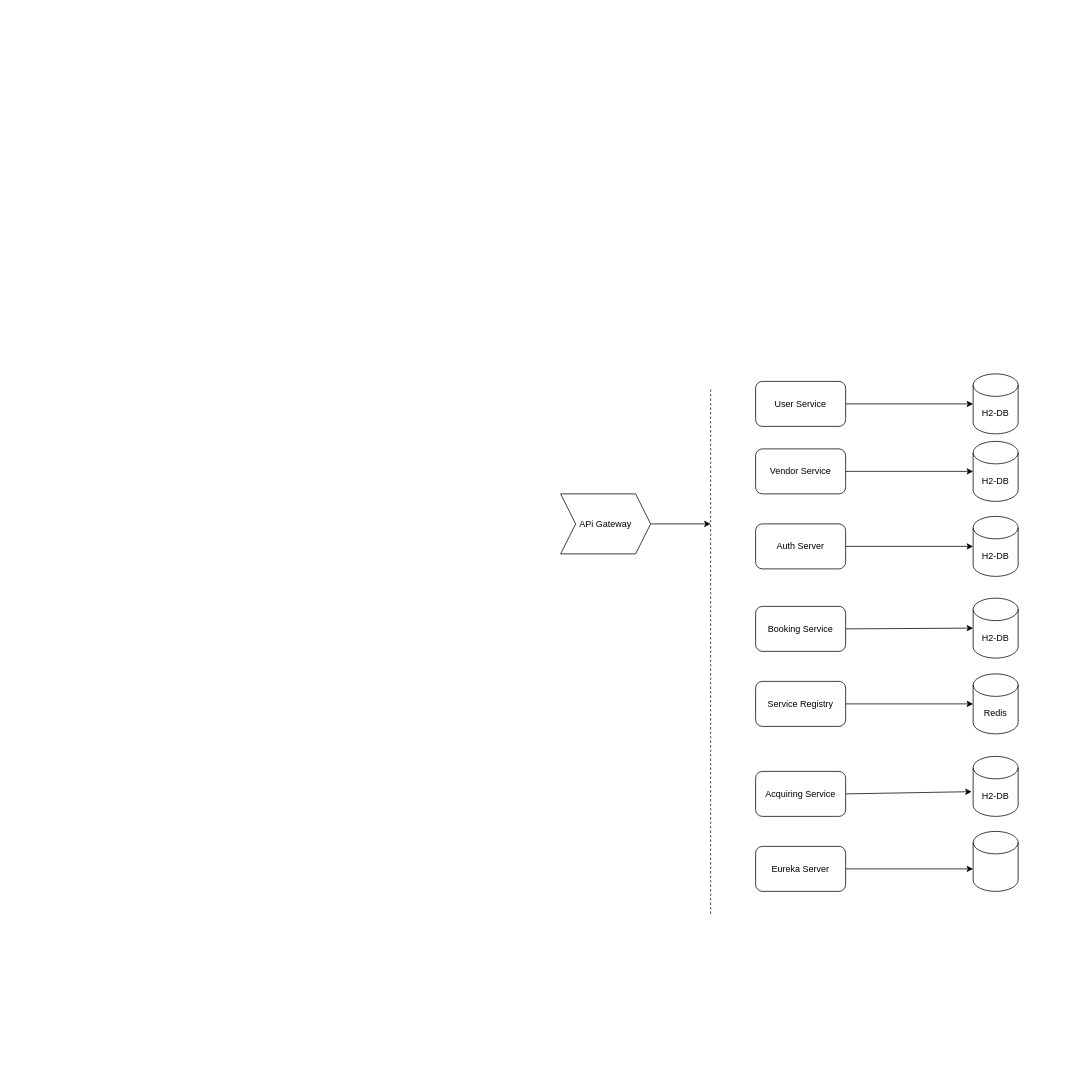
Earlier version of the draw.io diagram Service.drawio (manas0801/ibokiz-parking-design). Source tidied: cells renumbered, new cells numbered last; positions are measured from the earlier drawing's top-left corner, leaving out a move shared by most shapes. Both pictures are drawn from the tidied source at 75%, with x=0, y=0 at pixel (560, 374). Pictures stored in the file or linked from it are replaced by grey dashed boxes.
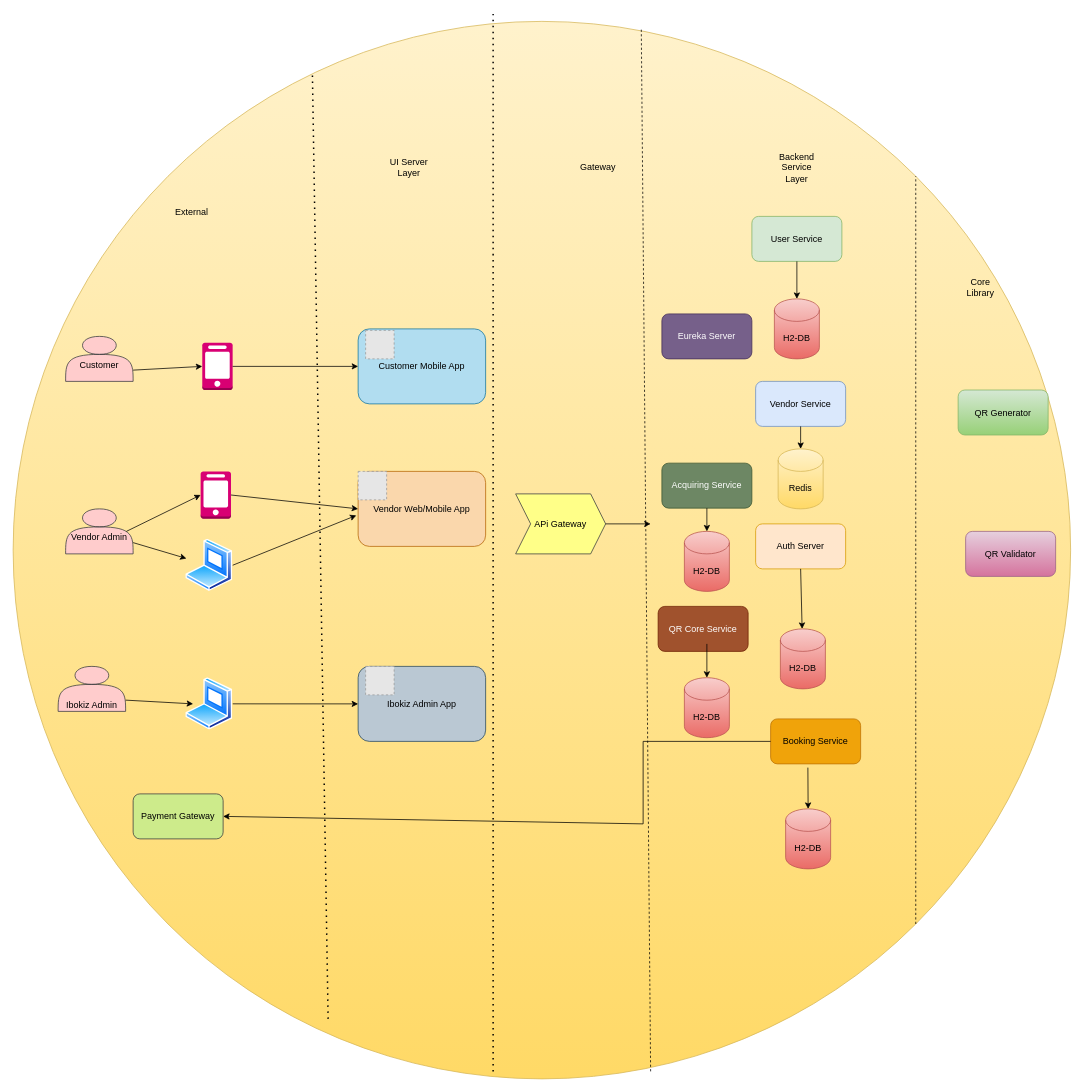
Above is the later version.

Change to the diagram source:
```diff
@@
+    <mxCell id="26" style="ellipse;whiteSpace=wrap;html=1;fillColor=#fff2cc;strokeColor=#d6b656;gradientColor=#ffd966;" parent="1" vertex="1">
+      <mxGeometry x="-730" y="-470" width="1410" height="1410" as="geometry" />
+    </mxCell>
+    <mxCell id="27" value="Customer Mobile App" style="rounded=1;whiteSpace=wrap;html=1;fillColor=#b1ddf0;strokeColor=#10739e;" parent="1" vertex="1">
+      <mxGeometry x="-270" y="-60" width="170" height="100" as="geometry" />
+    </mxCell>
-    <mxCell id="2" value="User Service" style="rounded=1;whiteSpace=wrap;html=1;" parent="1" vertex="1">
-      <mxGeometry x="260" y="10" width="120" height="60" as="geometry" />
+    <mxCell id="2" value="User Service" style="rounded=1;whiteSpace=wrap;html=1;fillColor=#d5e8d4;strokeColor=#82b366;" parent="1" vertex="1">
+      <mxGeometry x="255" y="-210" width="120" height="60" as="geometry" />
     </mxCell>
-    <mxCell id="3" value="Auth Server" style="rounded=1;whiteSpace=wrap;html=1;" parent="1" vertex="1">
+    <mxCell id="3" value="Auth Server" style="rounded=1;whiteSpace=wrap;html=1;fillColor=#ffe6cc;strokeColor=#d79b00;" parent="1" vertex="1">
       <mxGeometry x="260" y="200" width="120" height="60" as="geometry" />
     </mxCell>
-    <mxCell id="4" value="H2-DB" style="shape=cylinder3;whiteSpace=wrap;html=1;boundedLbl=1;backgroundOutline=1;size=15;" parent="1" vertex="1">
-      <mxGeometry x="550" width="60" height="80" as="geometry" />
+    <mxCell id="4" value="H2-DB" style="shape=cylinder3;whiteSpace=wrap;html=1;boundedLbl=1;backgroundOutline=1;size=15;fillColor=#f8cecc;gradientColor=#ea6b66;strokeColor=#b85450;" parent="1" vertex="1">
+      <mxGeometry x="285" y="-100" width="60" height="80" as="geometry" />
     </mxCell>
-    <mxCell id="5" style="endArrow=classic;html=1;rounded=0;exitX=1;exitY=0.5;exitDx=0;exitDy=0;entryX=0;entryY=0.5;entryDx=0;entryDy=0;entryPerimeter=0;" parent="1" edge="1" source="2" target="4">
+    <mxCell id="5" style="endArrow=classic;html=1;rounded=0;exitX=0.5;exitY=1;exitDx=0;exitDy=0;entryX=0.5;entryY=0;entryDx=0;entryDy=0;entryPerimeter=0;" parent="1" edge="1" source="2" target="4">
       <mxGeometry relative="1" as="geometry" />
     </mxCell>
-    <mxCell id="6" value="Vendor Service" style="rounded=1;whiteSpace=wrap;html=1;" parent="1" vertex="1">
-      <mxGeometry x="260" y="100" width="120" height="60" as="geometry" />
+    <mxCell id="6" value="Vendor Service" style="rounded=1;whiteSpace=wrap;html=1;fillColor=#dae8fc;strokeColor=#6c8ebf;" parent="1" vertex="1">
+      <mxGeometry x="260" y="10" width="120" height="60" as="geometry" />
     </mxCell>
-    <mxCell id="7" value="H2-DB" style="shape=cylinder3;whiteSpace=wrap;html=1;boundedLbl=1;backgroundOutline=1;size=15;" parent="1" vertex="1">
-      <mxGeometry x="550" y="90" width="60" height="80" as="geometry" />
+    <mxCell id="7" value="Redis" style="shape=cylinder3;whiteSpace=wrap;html=1;boundedLbl=1;backgroundOutline=1;size=15;fillColor=#fff2cc;gradientColor=#ffd966;strokeColor=#d6b656;" parent="1" vertex="1">
+      <mxGeometry x="290" y="100" width="60" height="80" as="geometry" />
     </mxCell>
-    <mxCell id="8" style="endArrow=classic;html=1;rounded=0;exitX=1;exitY=0.5;exitDx=0;exitDy=0;entryX=0;entryY=0.5;entryDx=0;entryDy=0;entryPerimeter=0;" parent="1" edge="1" source="6" target="7">
-      <mxGeometry relative="1" as="geometry" />
-    </mxCell>
-    <mxCell id="9" value="H2-DB" style="shape=cylinder3;whiteSpace=wrap;html=1;boundedLbl=1;backgroundOutline=1;size=15;" parent="1" vertex="1">
-      <mxGeometry x="550" y="190" width="60" height="80" as="geometry" />
+    <mxCell id="9" value="H2-DB" style="shape=cylinder3;whiteSpace=wrap;html=1;boundedLbl=1;backgroundOutline=1;size=15;fillColor=#f8cecc;gradientColor=#ea6b66;strokeColor=#b85450;" parent="1" vertex="1">
+      <mxGeometry x="293" y="340" width="60" height="80" as="geometry" />
     </mxCell>
-    <mxCell id="10" style="endArrow=classic;html=1;rounded=0;exitX=1;exitY=0.5;exitDx=0;exitDy=0;entryX=0;entryY=0.5;entryDx=0;entryDy=0;entryPerimeter=0;" parent="1" edge="1" source="3" target="9">
+    <mxCell id="10" style="endArrow=classic;html=1;rounded=0;exitX=0.5;exitY=1;exitDx=0;exitDy=0;" parent="1" edge="1" source="3" target="9">
       <mxGeometry relative="1" as="geometry" />
     </mxCell>
-    <mxCell id="11" value="Booking Service" style="rounded=1;whiteSpace=wrap;html=1;" parent="1" vertex="1">
-      <mxGeometry x="260" y="310" width="120" height="60" as="geometry" />
+    <mxCell id="11" value="Booking Service" style="rounded=1;whiteSpace=wrap;html=1;fillColor=#f0a30a;fontColor=#000000;strokeColor=#BD7000;" parent="1" vertex="1">
+      <mxGeometry x="280" y="460" width="120" height="60" as="geometry" />
     </mxCell>
-    <mxCell id="12" value="H2-DB" style="shape=cylinder3;whiteSpace=wrap;html=1;boundedLbl=1;backgroundOutline=1;size=15;" parent="1" vertex="1">
-      <mxGeometry x="550" y="299" width="60" height="80" as="geometry" />
+    <mxCell id="12" value="H2-DB" style="shape=cylinder3;whiteSpace=wrap;html=1;boundedLbl=1;backgroundOutline=1;size=15;fillColor=#f8cecc;gradientColor=#ea6b66;strokeColor=#b85450;" parent="1" vertex="1">
+      <mxGeometry x="300" y="580" width="60" height="80" as="geometry" />
     </mxCell>
-    <mxCell id="13" style="endArrow=classic;html=1;rounded=0;exitX=1;exitY=0.5;exitDx=0;exitDy=0;entryX=0;entryY=0.5;entryDx=0;entryDy=0;entryPerimeter=0;" parent="1" edge="1" source="11" target="12">
+    <mxCell id="13" style="endArrow=classic;html=1;rounded=0;entryX=0.5;entryY=0;entryDx=0;entryDy=0;entryPerimeter=0;exitX=0.414;exitY=1.083;exitDx=0;exitDy=0;exitPerimeter=0;" parent="1" edge="1" source="11" target="12">
       <mxGeometry relative="1" as="geometry" />
     </mxCell>
-    <mxCell id="14" value="Service Registry" style="rounded=1;whiteSpace=wrap;html=1;" parent="1" vertex="1">
-      <mxGeometry x="260" y="410" width="120" height="60" as="geometry" />
-    </mxCell>
-    <mxCell id="15" value="Redis" style="shape=cylinder3;whiteSpace=wrap;html=1;boundedLbl=1;backgroundOutline=1;size=15;" parent="1" vertex="1">
-      <mxGeometry x="550" y="400" width="60" height="80" as="geometry" />
-    </mxCell>
-    <mxCell id="16" style="endArrow=classic;html=1;rounded=0;exitX=1;exitY=0.5;exitDx=0;exitDy=0;entryX=0;entryY=0.5;entryDx=0;entryDy=0;entryPerimeter=0;" parent="1" edge="1" source="14" target="15">
-      <mxGeometry relative="1" as="geometry" />
-    </mxCell>
-    <mxCell id="17" value="Acquiring Service" style="rounded=1;whiteSpace=wrap;html=1;" parent="1" vertex="1">
-      <mxGeometry x="260" y="530" width="120" height="60" as="geometry" />
-    </mxCell>
-    <mxCell id="18" value="H2-DB" style="shape=cylinder3;whiteSpace=wrap;html=1;boundedLbl=1;backgroundOutline=1;size=15;" parent="1" vertex="1">
-      <mxGeometry x="550" y="510" width="60" height="80" as="geometry" />
-    </mxCell>
-    <mxCell id="19" style="endArrow=classic;html=1;rounded=0;exitX=1;exitY=0.5;exitDx=0;exitDy=0;entryX=-0.033;entryY=0.588;entryDx=0;entryDy=0;entryPerimeter=0;" parent="1" edge="1" source="17" target="18">
-      <mxGeometry relative="1" as="geometry" />
-    </mxCell>
-    <mxCell id="20" value="APi Gateway" style="shape=step;perimeter=stepPerimeter;whiteSpace=wrap;html=1;fixedSize=1;" parent="1" vertex="1">
-      <mxGeometry y="160" width="120" height="80" as="geometry" />
+    <mxCell id="20" value="APi Gateway" style="shape=step;perimeter=stepPerimeter;whiteSpace=wrap;html=1;fixedSize=1;fillColor=#ffff88;strokeColor=#36393d;" parent="1" vertex="1">
+      <mxGeometry x="-60" y="160" width="120" height="80" as="geometry" />
     </mxCell>
-    <mxCell id="21" style="endArrow=none;dashed=1;html=1;rounded=0;" parent="1" edge="1">
+    <mxCell id="21" style="endArrow=none;dashed=1;html=1;rounded=0;entryX=0.594;entryY=0.006;entryDx=0;entryDy=0;entryPerimeter=0;" parent="1" edge="1" target="26">
       <mxGeometry relative="1" as="geometry">
-        <mxPoint x="200" y="720" as="sourcePoint" />
-        <mxPoint x="200" y="20" as="targetPoint" />
+        <mxPoint x="120" y="930" as="sourcePoint" />
       </mxGeometry>
     </mxCell>
     <mxCell id="22" style="endArrow=classic;html=1;rounded=0;exitX=1;exitY=0.5;exitDx=0;exitDy=0;" parent="1" edge="1" source="20">
       <mxGeometry relative="1" as="geometry">
-        <mxPoint x="200" y="200" as="targetPoint" />
+        <mxPoint x="120" y="200" as="targetPoint" />
       </mxGeometry>
     </mxCell>
+    <mxCell id="28" style="endArrow=classic;html=1;rounded=0;entryX=0.5;entryY=0;entryDx=0;entryDy=0;entryPerimeter=0;" parent="1" edge="1" target="7">
+      <mxGeometry relative="1" as="geometry">
+        <mxPoint x="320" y="70" as="sourcePoint" />
+      </mxGeometry>
+    </mxCell>
+    <mxCell id="29" value="QR Generator" style="rounded=1;whiteSpace=wrap;html=1;fillColor=#d5e8d4;gradientColor=#97d077;strokeColor=#82b366;" parent="1" vertex="1">
+      <mxGeometry x="530" y="21.5" width="120" height="60" as="geometry" />
+    </mxCell>
+    <mxCell id="30" value="QR Validator" style="rounded=1;whiteSpace=wrap;html=1;fillColor=#e6d0de;gradientColor=#d5739d;strokeColor=#996185;" parent="1" vertex="1">
+      <mxGeometry x="540" y="210" width="120" height="60" as="geometry" />
+    </mxCell>
+    <mxCell id="31" style="endArrow=none;dashed=1;html=1;rounded=0;entryX=1;entryY=0;entryDx=0;entryDy=0;exitX=1;exitY=1;exitDx=0;exitDy=0;" parent="1" edge="1" source="26" target="26">
+      <mxGeometry relative="1" as="geometry" />
+    </mxCell>
+    <mxCell id="32" value="Payment Gateway" style="rounded=1;whiteSpace=wrap;html=1;fillColor=#cdeb8b;strokeColor=#36393d;" parent="1" vertex="1">
+      <mxGeometry x="-570" y="560" width="120" height="60" as="geometry" />
+    </mxCell>
+    <mxCell id="33" style="endArrow=classic;html=1;rounded=0;exitX=0;exitY=0.5;exitDx=0;exitDy=0;entryX=1;entryY=0.5;entryDx=0;entryDy=0;" parent="1" edge="1" source="11" target="32">
+      <mxGeometry relative="1" as="geometry">
+        <Array as="points">
+          <mxPoint x="110" y="490" />
+          <mxPoint x="110" y="600" />
+        </Array>
+      </mxGeometry>
+    </mxCell>
+    <mxCell id="34" value="&lt;br&gt;Customer" style="shape=actor;whiteSpace=wrap;html=1;fillColor=#ffcccc;strokeColor=#36393d;" parent="1" vertex="1">
+      <mxGeometry x="-660" y="-50" width="90" height="60" as="geometry" />
+    </mxCell>
+    <mxCell id="35" style="endArrow=none;dashed=1;html=1;dashPattern=1 3;strokeWidth=2;rounded=0;" parent="1" edge="1">
+      <mxGeometry relative="1" as="geometry">
+        <mxPoint x="-90" y="930" as="sourcePoint" />
+        <mxPoint x="-90" y="-480" as="targetPoint" />
+      </mxGeometry>
+    </mxCell>
+    <mxCell id="36" style="outlineConnect=0;dashed=0;verticalLabelPosition=bottom;verticalAlign=top;align=center;html=1;shape=mxgraph.aws3.mobile_client;fillColor=#d80073;strokeColor=#A50040;fontColor=#ffffff;" parent="1" vertex="1">
+      <mxGeometry x="-477.8" y="-41.5" width="40.5" height="63" as="geometry" />
+    </mxCell>
+    <mxCell id="37" style="endArrow=classic;html=1;rounded=0;exitX=1;exitY=0.75;exitDx=0;exitDy=0;entryX=0;entryY=0.5;entryDx=0;entryDy=0;entryPerimeter=0;" parent="1" edge="1" source="34" target="36">
+      <mxGeometry relative="1" as="geometry" />
+    </mxCell>
+    <mxCell id="38" style="fillColor=#E6E6E6;strokeColor=#999999;dashed=1;html=1;verticalAlign=top;verticalLabelPosition=bottom;labelBackgroundColor=#ffffff;" parent="1" vertex="1">
+      <mxGeometry x="-260" y="-58" width="38" height="38" as="geometry" />
+    </mxCell>
+    <mxCell id="39" value="Vendor Web/Mobile App" style="rounded=1;whiteSpace=wrap;html=1;fillColor=#fad7ac;strokeColor=#b46504;" parent="1" vertex="1">
+      <mxGeometry x="-270" y="130" width="170" height="100" as="geometry" />
+    </mxCell>
+    <mxCell id="40" style="fillColor=#E6E6E6;strokeColor=#999999;dashed=1;html=1;verticalAlign=top;verticalLabelPosition=bottom;labelBackgroundColor=#ffffff;" parent="1" vertex="1">
+      <mxGeometry x="-270" y="130" width="38" height="38" as="geometry" />
+    </mxCell>
+    <mxCell id="41" style="endArrow=none;dashed=1;html=1;dashPattern=1 3;strokeWidth=2;rounded=0;entryX=0.283;entryY=0.049;entryDx=0;entryDy=0;entryPerimeter=0;fontColor=#FF7033;" parent="1" edge="1" target="26">
+      <mxGeometry relative="1" as="geometry">
+        <mxPoint x="-310" y="860" as="sourcePoint" />
+      </mxGeometry>
+    </mxCell>
+    <mxCell id="42" style="endArrow=classic;html=1;rounded=0;exitX=1;exitY=0.5;exitDx=0;exitDy=0;exitPerimeter=0;entryX=0;entryY=0.5;entryDx=0;entryDy=0;" parent="1" edge="1" source="36" target="27">
+      <mxGeometry relative="1" as="geometry" />
+    </mxCell>
+    <mxCell id="43" value="Ibokiz Admin App" style="rounded=1;whiteSpace=wrap;html=1;fillColor=#bac8d3;strokeColor=#23445d;" parent="1" vertex="1">
+      <mxGeometry x="-270" y="390" width="170" height="100" as="geometry" />
+    </mxCell>
+    <mxCell id="44" style="fillColor=#E6E6E6;strokeColor=#999999;dashed=1;html=1;verticalAlign=top;verticalLabelPosition=bottom;labelBackgroundColor=#ffffff;" parent="1" vertex="1">
+      <mxGeometry x="-260" y="390" width="38" height="38" as="geometry" />
+    </mxCell>
+    <mxCell id="45" value="&lt;br&gt;Vendor Admin" style="shape=actor;whiteSpace=wrap;html=1;fillColor=#ffcccc;strokeColor=#36393d;" parent="1" vertex="1">
+      <mxGeometry x="-660" y="180" width="90" height="60" as="geometry" />
+    </mxCell>
+    <mxCell id="46" style="outlineConnect=0;dashed=0;verticalLabelPosition=bottom;verticalAlign=top;align=center;html=1;shape=mxgraph.aws3.mobile_client;fillColor=#d80073;strokeColor=#A50040;fontColor=#ffffff;" parent="1" vertex="1">
+      <mxGeometry x="-480" y="130" width="40.5" height="63" as="geometry" />
+    </mxCell>
+    <mxCell id="47" style="perimeter=ellipsePerimeter;html=1;align=center;shadow=0;dashed=0;spacingTop=3;image;image=img/lib/active_directory/laptop_client.svg;" parent="1" vertex="1">
+      <mxGeometry x="-500" y="220.3" width="62.8" height="69.7" as="geometry" />
+    </mxCell>
+    <mxCell id="48" style="endArrow=classic;html=1;rounded=0;exitX=1;exitY=0.5;exitDx=0;exitDy=0;exitPerimeter=0;entryX=0;entryY=0.5;entryDx=0;entryDy=0;" parent="1" edge="1" source="46" target="39">
+      <mxGeometry relative="1" as="geometry" />
+    </mxCell>
+    <mxCell id="49" style="endArrow=classic;html=1;rounded=0;exitX=1;exitY=0.5;exitDx=0;exitDy=0;entryX=-0.014;entryY=0.587;entryDx=0;entryDy=0;entryPerimeter=0;" parent="1" edge="1" source="47" target="39">
+      <mxGeometry relative="1" as="geometry" />
+    </mxCell>
+    <mxCell id="50" style="endArrow=classic;html=1;rounded=0;exitX=0.9;exitY=0.5;exitDx=0;exitDy=0;exitPerimeter=0;entryX=0;entryY=0.5;entryDx=0;entryDy=0;entryPerimeter=0;" parent="1" edge="1" source="45" target="46">
+      <mxGeometry relative="1" as="geometry" />
+    </mxCell>
+    <mxCell id="51" style="endArrow=classic;html=1;rounded=0;exitX=1;exitY=0.75;exitDx=0;exitDy=0;" parent="1" edge="1" source="45" target="47">
+      <mxGeometry relative="1" as="geometry" />
+    </mxCell>
+    <mxCell id="52" value="&lt;br&gt;&lt;br&gt;&lt;br&gt;Ibokiz Admin" style="shape=actor;whiteSpace=wrap;html=1;fillColor=#ffcccc;strokeColor=#36393d;" parent="1" vertex="1">
+      <mxGeometry x="-670" y="390" width="90" height="60" as="geometry" />
+    </mxCell>
+    <mxCell id="53" style="perimeter=ellipsePerimeter;html=1;align=center;shadow=0;dashed=0;spacingTop=3;image;image=img/lib/active_directory/laptop_client.svg;" parent="1" vertex="1">
+      <mxGeometry x="-500" y="405.1" width="62.8" height="69.7" as="geometry" />
+    </mxCell>
+    <mxCell id="54" style="endArrow=classic;html=1;rounded=0;exitX=1;exitY=0.75;exitDx=0;exitDy=0;" parent="1" edge="1" source="52">
+      <mxGeometry relative="1" as="geometry">
+        <mxPoint x="-490" y="440" as="targetPoint" />
+      </mxGeometry>
+    </mxCell>
+    <mxCell id="55" style="endArrow=classic;html=1;rounded=0;exitX=1;exitY=0.5;exitDx=0;exitDy=0;entryX=0;entryY=0.5;entryDx=0;entryDy=0;" parent="1" edge="1" source="53" target="43">
+      <mxGeometry relative="1" as="geometry" />
+    </mxCell>
+    <mxCell id="56" value="External&amp;nbsp;" style="text;html=1;strokeColor=none;fillColor=none;align=center;verticalAlign=middle;whiteSpace=wrap;rounded=0;" parent="1" vertex="1">
+      <mxGeometry x="-520" y="-230" width="60" height="30" as="geometry" />
+    </mxCell>
+    <mxCell id="57" value="UI Server Layer" style="text;html=1;strokeColor=none;fillColor=none;align=center;verticalAlign=middle;whiteSpace=wrap;rounded=0;" parent="1" vertex="1">
+      <mxGeometry x="-232" y="-290" width="60" height="30" as="geometry" />
+    </mxCell>
+    <mxCell id="58" value="Gateway" style="text;html=1;strokeColor=none;fillColor=none;align=center;verticalAlign=middle;whiteSpace=wrap;rounded=0;" parent="1" vertex="1">
+      <mxGeometry x="20" y="-290" width="60" height="30" as="geometry" />
+    </mxCell>
+    <mxCell id="59" value="Backend Service Layer" style="text;html=1;strokeColor=none;fillColor=none;align=center;verticalAlign=middle;whiteSpace=wrap;rounded=0;" parent="1" vertex="1">
+      <mxGeometry x="285" y="-290" width="60" height="30" as="geometry" />
+    </mxCell>
+    <mxCell id="60" value="Core Library" style="text;html=1;strokeColor=none;fillColor=none;align=center;verticalAlign=middle;whiteSpace=wrap;rounded=0;" parent="1" vertex="1">
+      <mxGeometry x="530" y="-130" width="60" height="30" as="geometry" />
+    </mxCell>
+    <mxCell id="17" value="Acquiring Service" style="rounded=1;whiteSpace=wrap;html=1;fillColor=#6d8764;fontColor=#ffffff;strokeColor=#3A5431;" parent="1" vertex="1">
+      <mxGeometry x="135" y="119" width="120" height="60" as="geometry" />
+    </mxCell>
+    <mxCell id="61" value="H2-DB" style="shape=cylinder3;whiteSpace=wrap;html=1;boundedLbl=1;backgroundOutline=1;size=15;fillColor=#f8cecc;gradientColor=#ea6b66;strokeColor=#b85450;" parent="1" vertex="1">
+      <mxGeometry x="165" y="210" width="60" height="80" as="geometry" />
+    </mxCell>
+    <mxCell id="62" style="endArrow=classic;html=1;rounded=0;exitX=0.5;exitY=1;exitDx=0;exitDy=0;" parent="1" edge="1" source="17" target="61">
+      <mxGeometry relative="1" as="geometry" />
+    </mxCell>
-    <mxCell id="23" value="Eureka Server" style="rounded=1;whiteSpace=wrap;html=1;" parent="1" vertex="1">
-      <mxGeometry x="260" y="630" width="120" height="60" as="geometry" />
+    <mxCell id="23" value="Eureka Server" style="rounded=1;whiteSpace=wrap;html=1;fillColor=#76608a;fontColor=#ffffff;strokeColor=#432D57;" parent="1" vertex="1">
+      <mxGeometry x="135" y="-80" width="120" height="60" as="geometry" />
     </mxCell>
-    <mxCell id="24" style="shape=cylinder3;whiteSpace=wrap;html=1;boundedLbl=1;backgroundOutline=1;size=15;" parent="1" vertex="1">
-      <mxGeometry x="550" y="610" width="60" height="80" as="geometry" />
-    </mxCell>
-    <mxCell id="25" style="endArrow=classic;html=1;rounded=0;exitX=1;exitY=0.5;exitDx=0;exitDy=0;" parent="1" edge="1" source="23">
-      <mxGeometry relative="1" as="geometry">
-        <mxPoint x="550" y="660" as="targetPoint" />
-      </mxGeometry>
-    </mxCell>
+    <mxCell id="63" value="QR Core Service" style="rounded=1;whiteSpace=wrap;html=1;fillColor=#a0522d;fontColor=#ffffff;strokeColor=#6D1F00;" parent="1" vertex="1">
+      <mxGeometry x="130" y="310" width="120" height="60" as="geometry" />
+    </mxCell>
+    <mxCell id="64" value="H2-DB" style="shape=cylinder3;whiteSpace=wrap;html=1;boundedLbl=1;backgroundOutline=1;size=15;fillColor=#f8cecc;gradientColor=#ea6b66;strokeColor=#b85450;" parent="1" vertex="1">
+      <mxGeometry x="165" y="405.1" width="60" height="80" as="geometry" />
+    </mxCell>
+    <mxCell id="65" style="endArrow=classic;html=1;rounded=0;entryX=0.5;entryY=0;entryDx=0;entryDy=0;entryPerimeter=0;" parent="1" edge="1" target="64">
+      <mxGeometry relative="1" as="geometry">
+        <mxPoint x="195" y="360" as="sourcePoint" />
+      </mxGeometry>
+    </mxCell>
```
